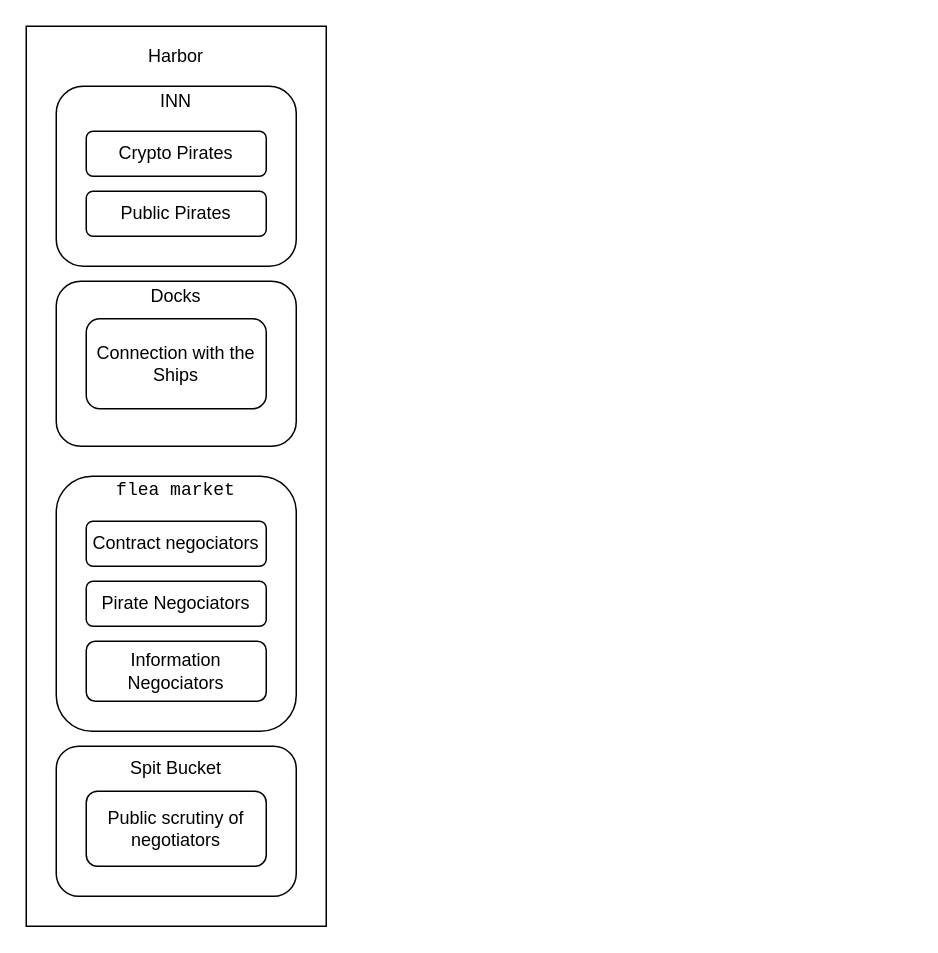
Earlier version of the draw.io diagram macro.drawio (Drunken-Sailors/docs). Source tidied: cells renumbered, new cells numbered last; positions are measured from the earlier drawing's top-left corner, leaving out a move shared by most shapes. Both pictures are drawn from the tidied source at 150%, with x=0, y=0 at pixel (26, 26).
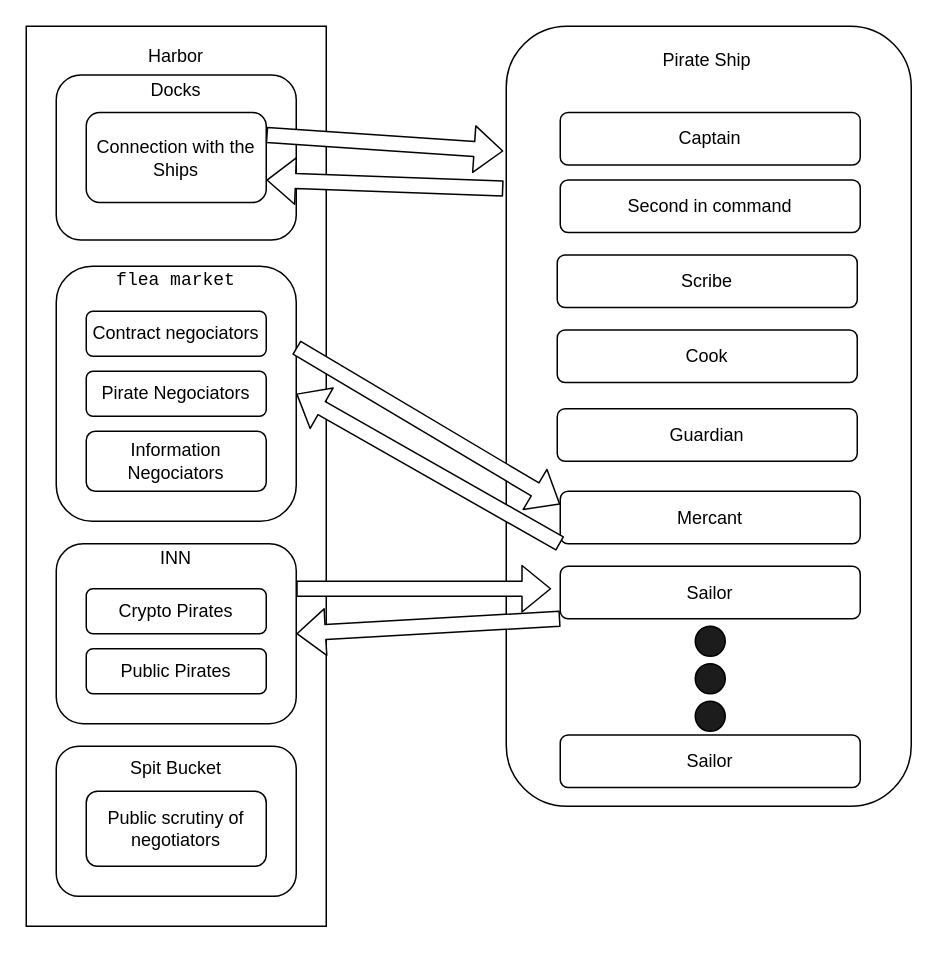
After the change.

Commit message:
Added pirate ship drawing

What changed in the source:
```diff
@@
     <mxCell id="4" style="rounded=1;whiteSpace=wrap;html=1;" parent="1" vertex="1">
-      <mxGeometry x="20" y="40" width="160" height="120" as="geometry" />
+      <mxGeometry x="20" y="345" width="160" height="120" as="geometry" />
     </mxCell>
     <mxCell id="5" style="rounded=1;whiteSpace=wrap;html=1;" parent="1" vertex="1">
-      <mxGeometry x="20" y="170" width="160" height="110" as="geometry" />
+      <mxGeometry x="20" y="32.5" width="160" height="110" as="geometry" />
     </mxCell>
     <mxCell id="6" style="rounded=1;whiteSpace=wrap;html=1;" parent="1" vertex="1">
-      <mxGeometry x="20" y="300" width="160" height="170" as="geometry" />
+      <mxGeometry x="20" y="160" width="160" height="170" as="geometry" />
     </mxCell>
     <mxCell id="7" value="INN" style="text;html=1;strokeColor=none;fillColor=none;align=center;verticalAlign=middle;whiteSpace=wrap;rounded=0;" parent="1" vertex="1">
-      <mxGeometry x="80" y="40" width="40" height="20" as="geometry" />
+      <mxGeometry x="80" y="345" width="40" height="20" as="geometry" />
     </mxCell>
     <mxCell id="8" value="Docks" style="text;html=1;strokeColor=none;fillColor=none;align=center;verticalAlign=middle;whiteSpace=wrap;rounded=0;" parent="1" vertex="1">
-      <mxGeometry x="80" y="170" width="40" height="20" as="geometry" />
+      <mxGeometry x="80" y="32.5" width="40" height="20" as="geometry" />
     </mxCell>
     <mxCell id="9" value="&lt;div class=&quot;tw-ta-container hide-focus-ring tw-nfl&quot; id=&quot;tw-target-text-container&quot; tabindex=&quot;0&quot;&gt;&lt;pre class=&quot;tw-data-text tw-text-large XcVN5d tw-ta&quot; id=&quot;tw-target-text&quot; style=&quot;text-align: left&quot; dir=&quot;ltr&quot;&gt;&lt;span lang=&quot;en&quot;&gt;flea market&lt;/span&gt;&lt;/pre&gt;&lt;/div&gt;" style="text;html=1;strokeColor=none;fillColor=none;align=center;verticalAlign=middle;whiteSpace=wrap;rounded=0;" parent="1" vertex="1">
-      <mxGeometry x="80" y="300" width="40" height="20" as="geometry" />
+      <mxGeometry x="80" y="160" width="40" height="20" as="geometry" />
     </mxCell>
@@
     <mxCell id="12" value="Crypto Pirates" style="rounded=1;whiteSpace=wrap;html=1;" parent="1" vertex="1">
-      <mxGeometry x="40" y="70" width="120" height="30" as="geometry" />
+      <mxGeometry x="40" y="375" width="120" height="30" as="geometry" />
     </mxCell>
     <mxCell id="13" value="Public Pirates" style="rounded=1;whiteSpace=wrap;html=1;" parent="1" vertex="1">
-      <mxGeometry x="40" y="110" width="120" height="30" as="geometry" />
+      <mxGeometry x="40" y="415" width="120" height="30" as="geometry" />
     </mxCell>
     <mxCell id="14" value="Connection with the Ships" style="rounded=1;whiteSpace=wrap;html=1;" parent="1" vertex="1">
-      <mxGeometry x="40" y="195" width="120" height="60" as="geometry" />
+      <mxGeometry x="40" y="57.5" width="120" height="60" as="geometry" />
     </mxCell>
     <mxCell id="15" value="Contract negociators" style="rounded=1;whiteSpace=wrap;html=1;" parent="1" vertex="1">
-      <mxGeometry x="40" y="330" width="120" height="30" as="geometry" />
+      <mxGeometry x="40" y="190" width="120" height="30" as="geometry" />
     </mxCell>
     <mxCell id="16" value="Information Negociators" style="rounded=1;whiteSpace=wrap;html=1;" parent="1" vertex="1">
-      <mxGeometry x="40" y="410" width="120" height="40" as="geometry" />
+      <mxGeometry x="40" y="270" width="120" height="40" as="geometry" />
     </mxCell>
     <mxCell id="17" value="Pirate Negociators" style="rounded=1;whiteSpace=wrap;html=1;" parent="1" vertex="1">
-      <mxGeometry x="40" y="370" width="120" height="30" as="geometry" />
+      <mxGeometry x="40" y="230" width="120" height="30" as="geometry" />
     </mxCell>
@@
+    <mxCell id="19" style="rounded=1;whiteSpace=wrap;html=1;" parent="1" vertex="1">
+      <mxGeometry x="320" width="270" height="520" as="geometry" />
+    </mxCell>
+    <mxCell id="20" value="Pirate Ship" style="text;html=1;strokeColor=none;fillColor=none;align=center;verticalAlign=middle;whiteSpace=wrap;rounded=0;" parent="1" vertex="1">
+      <mxGeometry x="420" y="12.5" width="68" height="20" as="geometry" />
+    </mxCell>
+    <mxCell id="21" style="shape=flexArrow;endArrow=classic;html=1;entryX=-0.007;entryY=0.16;entryDx=0;entryDy=0;entryPerimeter=0;fillColor=#ffffff;exitX=1;exitY=0.25;exitDx=0;exitDy=0;" parent="1" edge="1" source="14" target="19">
+      <mxGeometry relative="1" as="geometry" />
+    </mxCell>
+    <mxCell id="22" style="shape=flexArrow;endArrow=classic;html=1;entryX=1;entryY=0.75;entryDx=0;entryDy=0;fillColor=#ffffff;exitX=-0.007;exitY=0.208;exitDx=0;exitDy=0;exitPerimeter=0;" parent="1" edge="1" source="19" target="14">
+      <mxGeometry relative="1" as="geometry" />
+    </mxCell>
+    <mxCell id="23" value="&lt;div&gt;Captain&lt;/div&gt;" style="rounded=1;whiteSpace=wrap;html=1;" parent="1" vertex="1">
+      <mxGeometry x="356" y="57.5" width="200" height="35" as="geometry" />
+    </mxCell>
+    <mxCell id="24" value="Second in command" style="rounded=1;whiteSpace=wrap;html=1;" parent="1" vertex="1">
+      <mxGeometry x="356" y="102.5" width="200" height="35" as="geometry" />
+    </mxCell>
+    <mxCell id="25" value="Scribe" style="rounded=1;whiteSpace=wrap;html=1;" parent="1" vertex="1">
+      <mxGeometry x="354" y="152.5" width="200" height="35" as="geometry" />
+    </mxCell>
+    <mxCell id="26" value="Cook" style="rounded=1;whiteSpace=wrap;html=1;" parent="1" vertex="1">
+      <mxGeometry x="354" y="202.5" width="200" height="35" as="geometry" />
+    </mxCell>
+    <mxCell id="27" value="Guardian" style="rounded=1;whiteSpace=wrap;html=1;" parent="1" vertex="1">
+      <mxGeometry x="354" y="255" width="200" height="35" as="geometry" />
+    </mxCell>
+    <mxCell id="28" value="Sailor" style="rounded=1;whiteSpace=wrap;html=1;" parent="1" vertex="1">
+      <mxGeometry x="356" y="360" width="200" height="35" as="geometry" />
+    </mxCell>
+    <mxCell id="29" style="ellipse;whiteSpace=wrap;html=1;fillColor=#1C1C1C;" parent="1" vertex="1">
+      <mxGeometry x="446" y="400" width="20" height="20" as="geometry" />
+    </mxCell>
+    <mxCell id="30" value="Mercant" style="rounded=1;whiteSpace=wrap;html=1;" parent="1" vertex="1">
+      <mxGeometry x="356" y="310" width="200" height="35" as="geometry" />
+    </mxCell>
+    <mxCell id="31" style="ellipse;whiteSpace=wrap;html=1;fillColor=#1C1C1C;" parent="1" vertex="1">
+      <mxGeometry x="446" y="425" width="20" height="20" as="geometry" />
+    </mxCell>
+    <mxCell id="32" style="ellipse;whiteSpace=wrap;html=1;fillColor=#1C1C1C;" parent="1" vertex="1">
+      <mxGeometry x="446" y="450" width="20" height="20" as="geometry" />
+    </mxCell>
+    <mxCell id="33" value="Sailor" style="rounded=1;whiteSpace=wrap;html=1;" parent="1" vertex="1">
+      <mxGeometry x="356" y="472.5" width="200" height="35" as="geometry" />
+    </mxCell>
+    <mxCell id="34" style="shape=flexArrow;endArrow=classic;html=1;fillColor=#ffffff;exitX=0;exitY=1;exitDx=0;exitDy=0;entryX=1;entryY=0.5;entryDx=0;entryDy=0;" parent="1" edge="1" source="30" target="6">
+      <mxGeometry relative="1" as="geometry" />
+    </mxCell>
+    <mxCell id="35" style="shape=flexArrow;endArrow=classic;html=1;fillColor=#ffffff;exitX=1;exitY=0.318;exitDx=0;exitDy=0;exitPerimeter=0;entryX=0;entryY=0.25;entryDx=0;entryDy=0;" parent="1" edge="1" source="6" target="30">
+      <mxGeometry relative="1" as="geometry" />
+    </mxCell>
+    <mxCell id="36" style="shape=flexArrow;endArrow=classic;html=1;fillColor=#ffffff;exitX=1;exitY=0.25;exitDx=0;exitDy=0;" parent="1" edge="1" source="4">
+      <mxGeometry relative="1" as="geometry">
+        <mxPoint x="350" y="375" as="targetPoint" />
+      </mxGeometry>
+    </mxCell>
+    <mxCell id="37" style="shape=flexArrow;endArrow=classic;html=1;fillColor=#ffffff;entryX=1;entryY=0.5;entryDx=0;entryDy=0;exitX=0;exitY=1;exitDx=0;exitDy=0;" parent="1" edge="1" source="28" target="4">
+      <mxGeometry relative="1" as="geometry" />
+    </mxCell>
```
